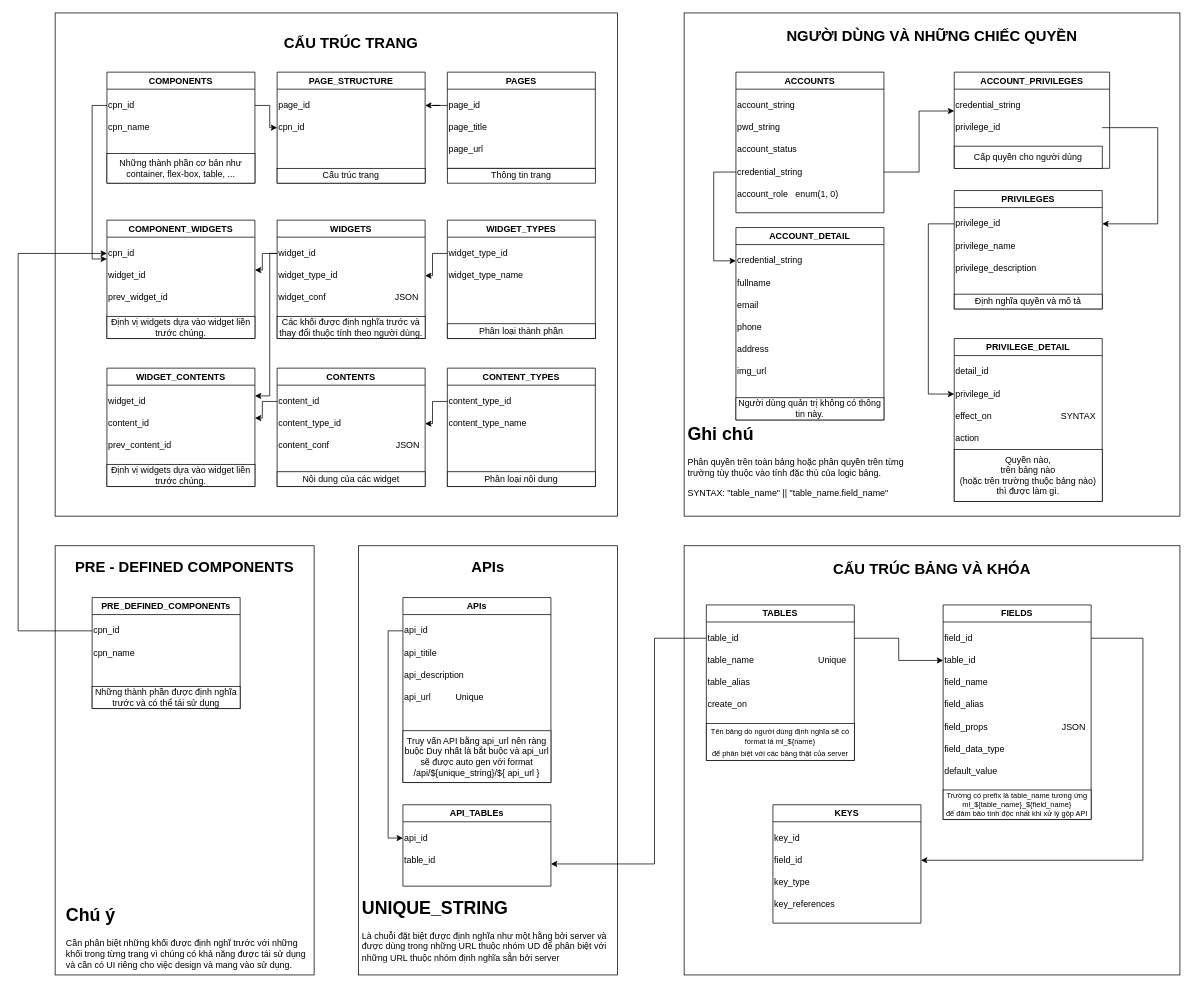
The draw.io diagram page "Database Structure" (1 of 4) of CoreData.drawio in dbdev2912/khong_dc_khau_nghiep, before the edit. Source tidied: cells renumbered, new cells numbered last; positions are measured from the earlier drawing's top-left corner, leaving out a move shared by most shapes. Both pictures are drawn from the tidied source at 74%, with x=0, y=0 at pixel (18, 13).
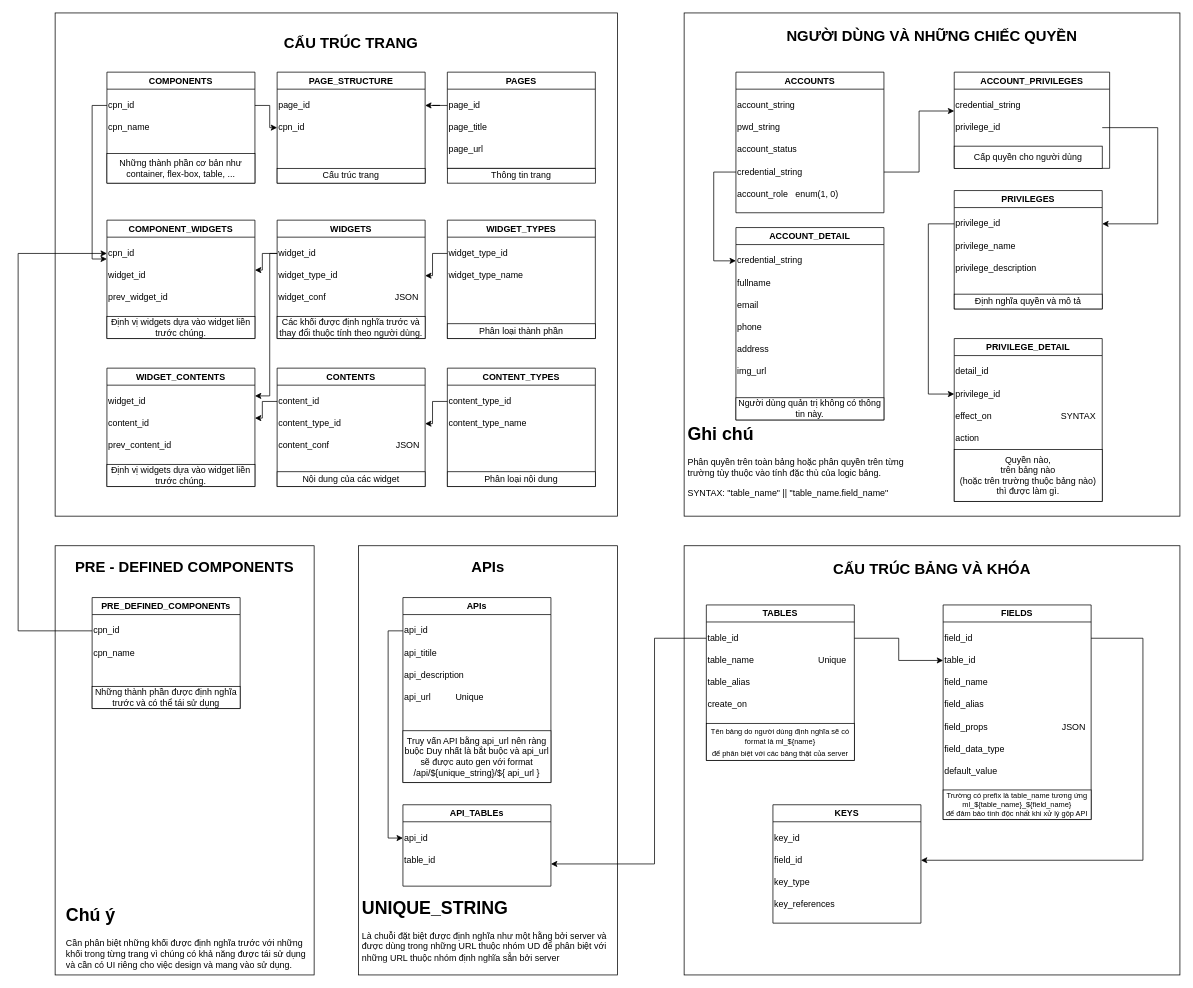
After the change.

Commit message:
Cập nhật CoreData.drawio

Change to the diagram source:
```diff
@@
-    <mxCell id="134" value="&lt;h1&gt;Chú ý&lt;/h1&gt;&lt;div&gt;Cần phân biệt những khối được định nghĩ trước với những&lt;/div&gt;&lt;div&gt;khối trong từng trang vì chúng có khả năng được tái sử dụng&lt;/div&gt;&lt;div&gt;và cần có UI riêng cho việc design và mang vào sử dụng.&lt;/div&gt;" style="text;html=1;strokeColor=none;fillColor=none;spacing=5;spacingTop=-20;whiteSpace=wrap;overflow=hidden;rounded=0;fontSize=12;" parent="1" vertex="1">
+    <mxCell id="134" value="&lt;h1&gt;Chú ý&lt;/h1&gt;&lt;div&gt;Cần phân biệt những khối được định nghĩa trước với những&lt;/div&gt;&lt;div&gt;khối trong từng trang vì chúng có khả năng được tái sử dụng&lt;/div&gt;&lt;div&gt;và cần có UI riêng cho việc design và mang vào sử dụng.&lt;/div&gt;" style="text;html=1;strokeColor=none;fillColor=none;spacing=5;spacingTop=-20;whiteSpace=wrap;overflow=hidden;rounded=0;fontSize=12;" parent="1" vertex="1">
       <mxGeometry x="60" y="1200" width="350" height="100" as="geometry" />
     </mxCell>
```
